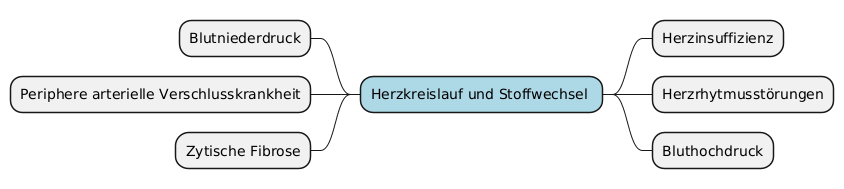
marcgauch/Masterarbeit-Daten keeps this PlantUML diagram as mindmap/generated/physical-subcategories/mindmap-physical-herzkreislauf-und-stoffwechsel.png. Above is the earlier version. Its diagram source:
```plantuml
@startmindmap
<style>
mindmapDiagram{
	.root {
		BackgroundColor LightBlue
	}
}
</style>

* Herzkreislauf und Stoffwechsel <<root>>
	* Herzinsuffizienz
	* Herzrhytmusstörungen
	* Bluthochdruck
left side
	* Blutniederdruck
	* Periphere arterielle Verschlusskrankheit
	* Zytische Fibrose
@endmindmap
```
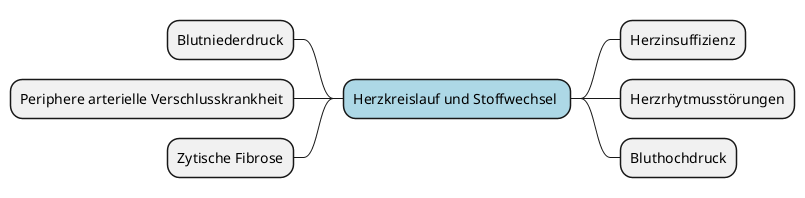
Above is the later version.

What changed in the source:
```diff
@@ -4,6 +4,9 @@
 	.root {
 		BackgroundColor LightBlue
 	}
+  .orange {
+    BackgroundColor orange
+  }
 }
 </style>
 
```
